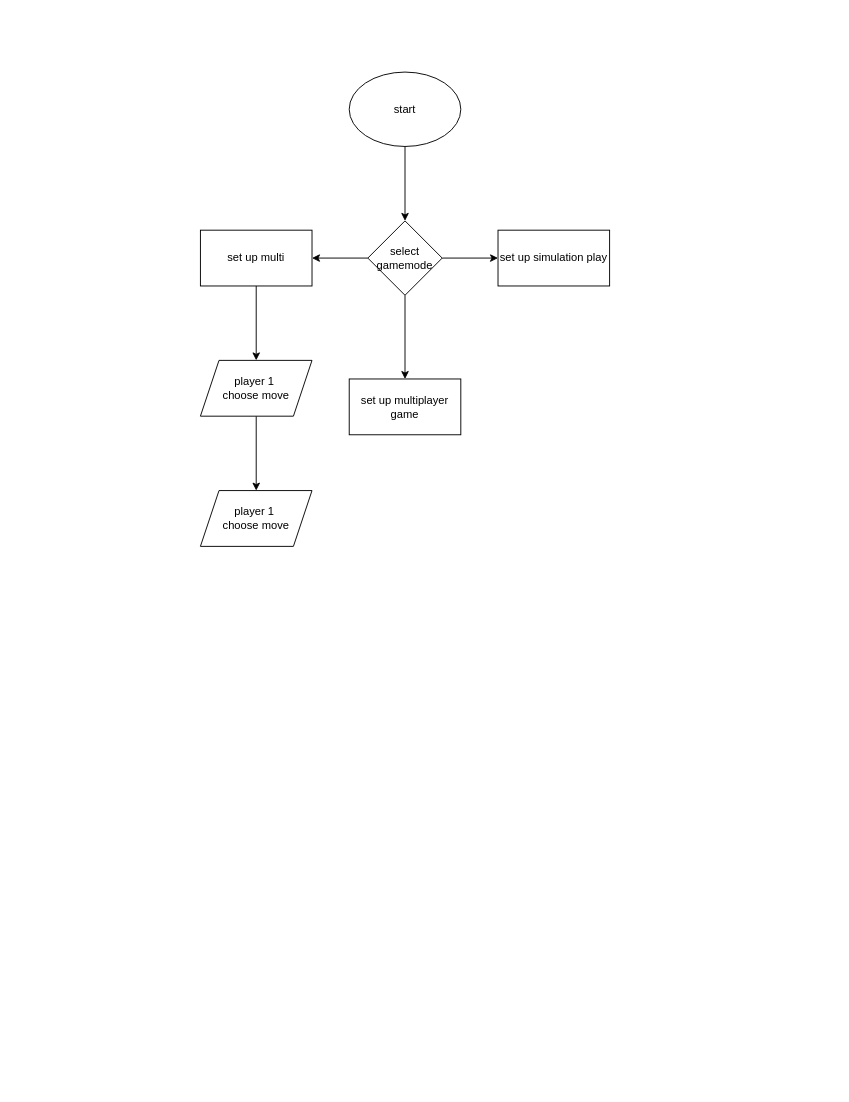
Before: Untitled Diagram.drawio in grape190/flowchart, a draw.io diagram. Source tidied: cells renumbered, new cells numbered last; positions are measured from the earlier drawing's top-left corner, leaving out a move shared by most shapes. Both pictures are drawn from the tidied source at 93%, with x=0, y=0 at pixel (200, 72).
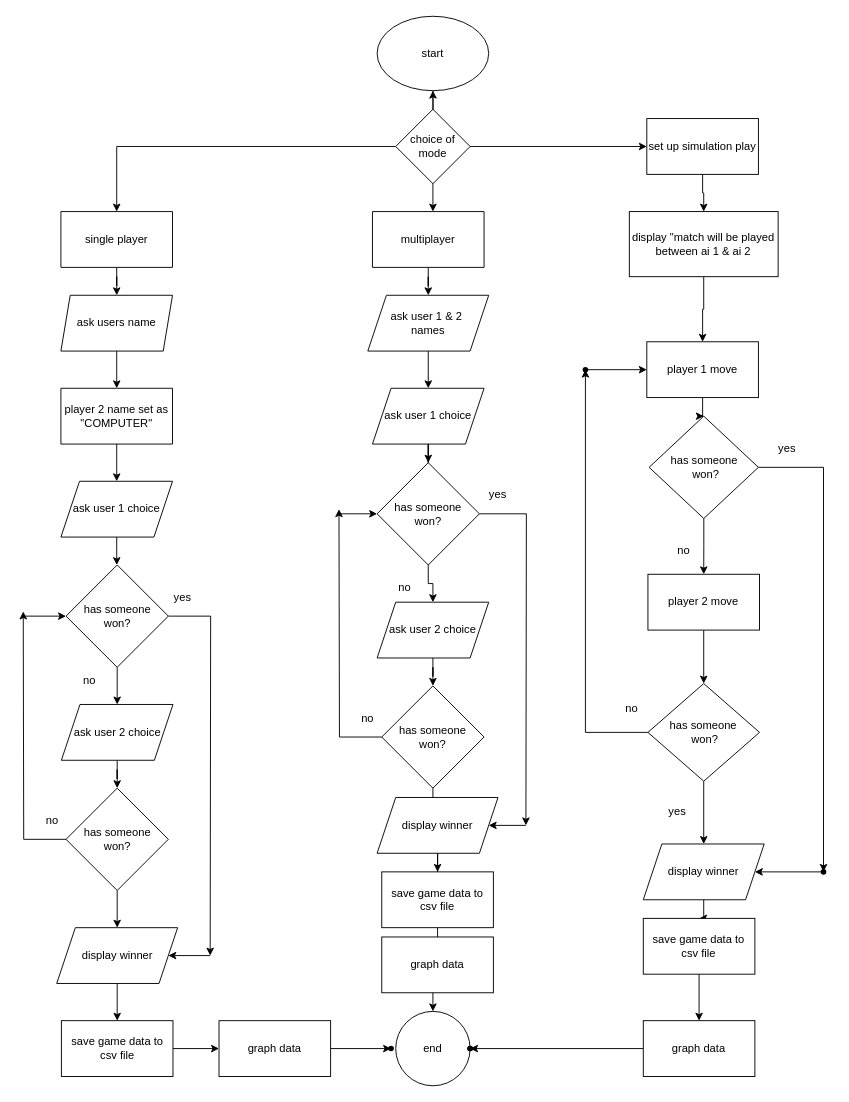
The same diagram, later.

The edit, as a diff of the source:
```diff
@@
-    <mxCell id="2" style="edgeStyle=orthogonalEdgeStyle;rounded=0;jettySize=auto;html=1;" parent="1" edge="1" source="3" target="7">
-      <mxGeometry relative="1" as="geometry" />
-    </mxCell>
+    <mxCell id="15" style="edgeStyle=orthogonalEdgeStyle;rounded=0;jettySize=auto;html=1;" parent="1" edge="1" source="3">
+      <mxGeometry relative="1" as="geometry">
+        <mxPoint x="250" y="150" as="targetPoint" />
+        <Array as="points">
+          <mxPoint x="250" y="120" />
+          <mxPoint x="250" y="120" />
+        </Array>
+      </mxGeometry>
+    </mxCell>
     <mxCell id="3" value="start" style="ellipse;whiteSpace=wrap;html=1;" parent="1" vertex="1">
-      <mxGeometry x="160" width="120" height="80" as="geometry" />
+      <mxGeometry x="190" y="-60" width="120" height="80" as="geometry" />
     </mxCell>
-    <mxCell id="4" style="edgeStyle=orthogonalEdgeStyle;rounded=0;jettySize=auto;html=1;" parent="1" edge="1" source="7" target="9">
-      <mxGeometry relative="1" as="geometry" />
-    </mxCell>
-    <mxCell id="5" style="edgeStyle=orthogonalEdgeStyle;rounded=0;jettySize=auto;html=1;" parent="1" edge="1" source="7" target="10">
-      <mxGeometry relative="1" as="geometry" />
-    </mxCell>
-    <mxCell id="6" style="edgeStyle=orthogonalEdgeStyle;rounded=0;jettySize=auto;html=1;" parent="1" edge="1" source="7" target="11">
-      <mxGeometry relative="1" as="geometry" />
-    </mxCell>
-    <mxCell id="7" value="select gamemode" style="rhombus;whiteSpace=wrap;html=1;" parent="1" vertex="1">
-      <mxGeometry x="180" y="160" width="80" height="80" as="geometry" />
-    </mxCell>
-    <mxCell id="8" style="edgeStyle=orthogonalEdgeStyle;rounded=0;jettySize=auto;html=1;" parent="1" edge="1" source="9" target="13">
-      <mxGeometry relative="1" as="geometry" />
-    </mxCell>
-    <mxCell id="9" value="set up multi" style="whiteSpace=wrap;html=1;" parent="1" vertex="1">
-      <mxGeometry y="170" width="120" height="60" as="geometry" />
-    </mxCell>
-    <mxCell id="10" value="set up multiplayer game" style="whiteSpace=wrap;html=1;" parent="1" vertex="1">
-      <mxGeometry x="160" y="330" width="120" height="60" as="geometry" />
-    </mxCell>
+    <mxCell id="16" style="edgeStyle=orthogonalEdgeStyle;rounded=0;jettySize=auto;html=1;" parent="1" edge="1" target="3">
+      <mxGeometry relative="1" as="geometry">
+        <mxPoint x="250" y="110" as="sourcePoint" />
+      </mxGeometry>
+    </mxCell>
+    <mxCell id="17" style="edgeStyle=orthogonalEdgeStyle;rounded=0;jettySize=auto;html=1;" parent="1" edge="1" source="19" target="11">
+      <mxGeometry relative="1" as="geometry" />
+    </mxCell>
+    <mxCell id="18" style="edgeStyle=orthogonalEdgeStyle;rounded=0;jettySize=auto;html=1;" parent="1" edge="1" source="19" target="23">
+      <mxGeometry relative="1" as="geometry" />
+    </mxCell>
+    <mxCell id="19" value="choice of mode" style="rhombus;whiteSpace=wrap;html=1;" parent="1" vertex="1">
+      <mxGeometry x="210" y="40" width="80" height="80" as="geometry" />
+    </mxCell>
+    <mxCell id="20" style="edgeStyle=orthogonalEdgeStyle;rounded=0;jettySize=auto;html=1;" parent="1" edge="1" source="21" target="28">
+      <mxGeometry relative="1" as="geometry" />
+    </mxCell>
+    <mxCell id="21" value="ask users name" style="shape=parallelogram;perimeter=parallelogramPerimeter;whiteSpace=wrap;html=1;fixedSize=1;size=10;" parent="1" vertex="1">
+      <mxGeometry x="-150" y="240" width="120" height="60" as="geometry" />
+    </mxCell>
+    <mxCell id="22" style="edgeStyle=orthogonalEdgeStyle;rounded=0;jettySize=auto;html=1;" parent="1" edge="1" source="23" target="21">
+      <mxGeometry relative="1" as="geometry" />
+    </mxCell>
+    <mxCell id="23" value="single player" style="shape=parallelogram;perimeter=parallelogramPerimeter;whiteSpace=wrap;html=1;fixedSize=1;size=0;" parent="1" vertex="1">
+      <mxGeometry x="-150" y="150" width="120" height="60" as="geometry" />
+    </mxCell>
+    <mxCell id="24" style="edgeStyle=orthogonalEdgeStyle;rounded=0;jettySize=auto;html=1;" parent="1" edge="1" source="97" target="71">
+      <mxGeometry relative="1" as="geometry" />
+    </mxCell>
     <mxCell id="11" value="set up simulation play" style="whiteSpace=wrap;html=1;" parent="1" vertex="1">
-      <mxGeometry x="320" y="170" width="120" height="60" as="geometry" />
+      <mxGeometry x="480" y="50" width="120" height="60" as="geometry" />
     </mxCell>
-    <mxCell id="12" style="edgeStyle=orthogonalEdgeStyle;rounded=0;jettySize=auto;html=1;" parent="1" edge="1" source="13" target="14">
-      <mxGeometry relative="1" as="geometry" />
-    </mxCell>
-    <mxCell id="13" value="player 1&amp;nbsp;&lt;br&gt;choose move" style="shape=parallelogram;perimeter=parallelogramPerimeter;whiteSpace=wrap;html=1;fixedSize=1;" parent="1" vertex="1">
-      <mxGeometry y="310" width="120" height="60" as="geometry" />
-    </mxCell>
-    <mxCell id="14" value="player 1&amp;nbsp;&lt;br&gt;choose move" style="shape=parallelogram;perimeter=parallelogramPerimeter;whiteSpace=wrap;html=1;fixedSize=1;" parent="1" vertex="1">
-      <mxGeometry y="450" width="120" height="60" as="geometry" />
-    </mxCell>
+    <mxCell id="25" style="edgeStyle=orthogonalEdgeStyle;rounded=0;jettySize=auto;html=1;" parent="1" edge="1" source="26" target="95">
+      <mxGeometry relative="1" as="geometry" />
+    </mxCell>
+    <mxCell id="26" value="multiplayer" style="shape=parallelogram;perimeter=parallelogramPerimeter;whiteSpace=wrap;html=1;fixedSize=1;size=0;" parent="1" vertex="1">
+      <mxGeometry x="185" y="150" width="120" height="60" as="geometry" />
+    </mxCell>
+    <mxCell id="27" style="edgeStyle=orthogonalEdgeStyle;rounded=0;jettySize=auto;html=1;" parent="1" edge="1" source="28" target="51">
+      <mxGeometry relative="1" as="geometry" />
+    </mxCell>
+    <mxCell id="28" value="player 2 name set as &quot;COMPUTER&quot;" style="shape=parallelogram;perimeter=parallelogramPerimeter;whiteSpace=wrap;html=1;fixedSize=1;size=0;" parent="1" vertex="1">
+      <mxGeometry x="-150" y="340" width="120" height="60" as="geometry" />
+    </mxCell>
+    <mxCell id="29" style="edgeStyle=orthogonalEdgeStyle;rounded=0;jettySize=auto;html=1;" parent="1" edge="1" source="44" target="32">
+      <mxGeometry relative="1" as="geometry" />
+    </mxCell>
+    <mxCell id="30" value="ask user 1 choice" style="shape=parallelogram;perimeter=parallelogramPerimeter;whiteSpace=wrap;html=1;fixedSize=1;" parent="1" vertex="1">
+      <mxGeometry x="185" y="340" width="120" height="60" as="geometry" />
+    </mxCell>
+    <mxCell id="31" style="edgeStyle=orthogonalEdgeStyle;rounded=0;jettySize=auto;html=1;" parent="1" edge="1" source="32" target="36">
+      <mxGeometry relative="1" as="geometry" />
+    </mxCell>
+    <mxCell id="32" value="ask user 2 choice" style="shape=parallelogram;perimeter=parallelogramPerimeter;whiteSpace=wrap;html=1;fixedSize=1;" parent="1" vertex="1">
+      <mxGeometry x="190" y="570" width="120" height="60" as="geometry" />
+    </mxCell>
+    <mxCell id="33" style="edgeStyle=orthogonalEdgeStyle;rounded=0;jettySize=auto;html=1;" parent="1" edge="1" source="44">
+      <mxGeometry relative="1" as="geometry">
+        <mxPoint x="350" y="810" as="targetPoint" />
+      </mxGeometry>
+    </mxCell>
+    <mxCell id="34" style="edgeStyle=orthogonalEdgeStyle;rounded=0;jettySize=auto;html=1;" parent="1" edge="1" source="36">
+      <mxGeometry relative="1" as="geometry">
+        <mxPoint x="149" y="470" as="targetPoint" />
+      </mxGeometry>
+    </mxCell>
+    <mxCell id="35" style="edgeStyle=orthogonalEdgeStyle;rounded=0;jettySize=auto;html=1;" parent="1" edge="1" source="36" target="38">
+      <mxGeometry relative="1" as="geometry" />
+    </mxCell>
+    <mxCell id="36" value="has someone&lt;br&gt;won?" style="rhombus;whiteSpace=wrap;html=1;" parent="1" vertex="1">
+      <mxGeometry x="195" y="660" width="110" height="110" as="geometry" />
+    </mxCell>
+    <mxCell id="37" style="edgeStyle=orthogonalEdgeStyle;rounded=0;jettySize=auto;html=1;" parent="1" edge="1" source="38" target="41">
+      <mxGeometry relative="1" as="geometry" />
+    </mxCell>
+    <mxCell id="38" value="display winner" style="shape=parallelogram;perimeter=parallelogramPerimeter;whiteSpace=wrap;html=1;fixedSize=1;" parent="1" vertex="1">
+      <mxGeometry x="190" y="780" width="130" height="60" as="geometry" />
+    </mxCell>
+    <mxCell id="39" style="edgeStyle=orthogonalEdgeStyle;rounded=0;orthogonalLoop=1;jettySize=auto;html=1;exitX=0.5;exitY=1;exitDx=0;exitDy=0;" parent="1" edge="1" source="32" target="32">
+      <mxGeometry relative="1" as="geometry" />
+    </mxCell>
+    <mxCell id="40" style="edgeStyle=orthogonalEdgeStyle;rounded=0;jettySize=auto;html=1;" parent="1" edge="1" source="41" target="42">
+      <mxGeometry relative="1" as="geometry" />
+    </mxCell>
+    <mxCell id="41" value="save game data to csv file" style="whiteSpace=wrap;html=1;" parent="1" vertex="1">
+      <mxGeometry x="195" y="860" width="120" height="60" as="geometry" />
+    </mxCell>
+    <mxCell id="42" value="end" style="ellipse;whiteSpace=wrap;html=1;" parent="1" vertex="1">
+      <mxGeometry x="210" y="1010" width="80" height="80" as="geometry" />
+    </mxCell>
+    <mxCell id="43" style="edgeStyle=orthogonalEdgeStyle;rounded=0;jettySize=auto;html=1;" parent="1" edge="1" source="30" target="44">
+      <mxGeometry relative="1" as="geometry" />
+    </mxCell>
+    <mxCell id="44" value="has someone&lt;br&gt;won?" style="rhombus;whiteSpace=wrap;html=1;" parent="1" vertex="1">
+      <mxGeometry x="190" y="420" width="110" height="110" as="geometry" />
+    </mxCell>
+    <mxCell id="45" style="endArrow=classic;html=1;rounded=0;entryX=1;entryY=0.5;entryDx=0;entryDy=0;" parent="1" edge="1" target="38">
+      <mxGeometry relative="1" as="geometry">
+        <mxPoint x="350" y="810" as="sourcePoint" />
+      </mxGeometry>
+    </mxCell>
+    <mxCell id="46" style="endArrow=classic;html=1;rounded=0;entryX=0;entryY=0.5;entryDx=0;entryDy=0;" parent="1" edge="1" target="44">
+      <mxGeometry relative="1" as="geometry">
+        <mxPoint x="150" y="475" as="sourcePoint" />
+      </mxGeometry>
+    </mxCell>
+    <mxCell id="47" value="no" style="text;html=1;strokeColor=none;fillColor=none;align=center;verticalAlign=middle;whiteSpace=wrap;rounded=0;" parent="1" vertex="1">
+      <mxGeometry x="150" y="680" width="60" height="30" as="geometry" />
+    </mxCell>
+    <mxCell id="48" value="yes" style="text;html=1;strokeColor=none;fillColor=none;align=center;verticalAlign=middle;whiteSpace=wrap;rounded=0;" parent="1" vertex="1">
+      <mxGeometry x="290" y="440" width="60" height="30" as="geometry" />
+    </mxCell>
+    <mxCell id="49" value="no" style="text;html=1;strokeColor=none;fillColor=none;align=center;verticalAlign=middle;whiteSpace=wrap;rounded=0;" parent="1" vertex="1">
+      <mxGeometry x="190" y="540" width="60" height="30" as="geometry" />
+    </mxCell>
+    <mxCell id="50" style="edgeStyle=orthogonalEdgeStyle;rounded=0;jettySize=auto;html=1;" parent="1" edge="1" source="51">
+      <mxGeometry relative="1" as="geometry">
+        <mxPoint x="-89.9" y="530.1" as="targetPoint" />
+      </mxGeometry>
+    </mxCell>
+    <mxCell id="51" value="ask user 1 choice" style="shape=parallelogram;perimeter=parallelogramPerimeter;whiteSpace=wrap;html=1;fixedSize=1;" parent="1" vertex="1">
+      <mxGeometry x="-150" y="440" width="120" height="60" as="geometry" />
+    </mxCell>
+    <mxCell id="52" style="edgeStyle=orthogonalEdgeStyle;rounded=0;jettySize=auto;html=1;" parent="1" edge="1" source="64" target="54">
+      <mxGeometry relative="1" as="geometry" />
+    </mxCell>
+    <mxCell id="53" style="edgeStyle=orthogonalEdgeStyle;rounded=0;jettySize=auto;html=1;" parent="1" edge="1" source="54" target="58">
+      <mxGeometry relative="1" as="geometry" />
+    </mxCell>
+    <mxCell id="54" value="ask user 2 choice" style="shape=parallelogram;perimeter=parallelogramPerimeter;whiteSpace=wrap;html=1;fixedSize=1;" parent="1" vertex="1">
+      <mxGeometry x="-149.5" y="680" width="120" height="60" as="geometry" />
+    </mxCell>
+    <mxCell id="55" style="edgeStyle=orthogonalEdgeStyle;rounded=0;jettySize=auto;html=1;" parent="1" edge="1" source="64">
+      <mxGeometry relative="1" as="geometry">
+        <mxPoint x="10.5" y="950" as="targetPoint" />
+      </mxGeometry>
+    </mxCell>
+    <mxCell id="56" style="edgeStyle=orthogonalEdgeStyle;rounded=0;jettySize=auto;html=1;" parent="1" edge="1" source="58">
+      <mxGeometry relative="1" as="geometry">
+        <mxPoint x="-190.5" y="580" as="targetPoint" />
+      </mxGeometry>
+    </mxCell>
+    <mxCell id="57" style="edgeStyle=orthogonalEdgeStyle;rounded=0;jettySize=auto;html=1;" parent="1" edge="1" source="58" target="60">
+      <mxGeometry relative="1" as="geometry" />
+    </mxCell>
+    <mxCell id="58" value="has someone&lt;br&gt;won?" style="rhombus;whiteSpace=wrap;html=1;" parent="1" vertex="1">
+      <mxGeometry x="-144.5" y="770" width="110" height="110" as="geometry" />
+    </mxCell>
+    <mxCell id="59" style="edgeStyle=orthogonalEdgeStyle;rounded=0;jettySize=auto;html=1;" parent="1" edge="1" source="60" target="63">
+      <mxGeometry relative="1" as="geometry" />
+    </mxCell>
+    <mxCell id="60" value="display winner" style="shape=parallelogram;perimeter=parallelogramPerimeter;whiteSpace=wrap;html=1;fixedSize=1;" parent="1" vertex="1">
+      <mxGeometry x="-154.5" y="920" width="130" height="60" as="geometry" />
+    </mxCell>
+    <mxCell id="61" style="edgeStyle=orthogonalEdgeStyle;rounded=0;orthogonalLoop=1;jettySize=auto;html=1;exitX=0.5;exitY=1;exitDx=0;exitDy=0;" parent="1" edge="1" source="54" target="54">
+      <mxGeometry relative="1" as="geometry" />
+    </mxCell>
+    <mxCell id="62" style="edgeStyle=orthogonalEdgeStyle;rounded=0;jettySize=auto;html=1;" parent="1" edge="1" source="102" target="82">
+      <mxGeometry relative="1" as="geometry" />
+    </mxCell>
+    <mxCell id="63" value="save game data to csv file" style="whiteSpace=wrap;html=1;" parent="1" vertex="1">
+      <mxGeometry x="-149.5" y="1020" width="120" height="60" as="geometry" />
+    </mxCell>
+    <mxCell id="64" value="has someone&lt;br&gt;won?" style="rhombus;whiteSpace=wrap;html=1;" parent="1" vertex="1">
+      <mxGeometry x="-144.5" y="530" width="110" height="110" as="geometry" />
+    </mxCell>
+    <mxCell id="65" style="endArrow=classic;html=1;rounded=0;entryX=1;entryY=0.5;entryDx=0;entryDy=0;" parent="1" edge="1" target="60">
+      <mxGeometry relative="1" as="geometry">
+        <mxPoint x="10.5" y="950" as="sourcePoint" />
+      </mxGeometry>
+    </mxCell>
+    <mxCell id="66" style="endArrow=classic;html=1;rounded=0;entryX=0;entryY=0.5;entryDx=0;entryDy=0;" parent="1" edge="1" target="64">
+      <mxGeometry relative="1" as="geometry">
+        <mxPoint x="-189.5" y="585" as="sourcePoint" />
+      </mxGeometry>
+    </mxCell>
+    <mxCell id="67" value="no" style="text;html=1;strokeColor=none;fillColor=none;align=center;verticalAlign=middle;whiteSpace=wrap;rounded=0;" parent="1" vertex="1">
+      <mxGeometry x="-189.5" y="790" width="60" height="30" as="geometry" />
+    </mxCell>
+    <mxCell id="68" value="yes" style="text;html=1;strokeColor=none;fillColor=none;align=center;verticalAlign=middle;whiteSpace=wrap;rounded=0;" parent="1" vertex="1">
+      <mxGeometry x="-49.5" y="550" width="60" height="30" as="geometry" />
+    </mxCell>
+    <mxCell id="69" value="no" style="text;html=1;strokeColor=none;fillColor=none;align=center;verticalAlign=middle;whiteSpace=wrap;rounded=0;" parent="1" vertex="1">
+      <mxGeometry x="-149.5" y="640" width="60" height="30" as="geometry" />
+    </mxCell>
+    <mxCell id="70" style="edgeStyle=orthogonalEdgeStyle;rounded=0;jettySize=auto;html=1;" parent="1" edge="1" source="71" target="74">
+      <mxGeometry relative="1" as="geometry" />
+    </mxCell>
+    <mxCell id="71" value="player 1 move" style="whiteSpace=wrap;html=1;" parent="1" vertex="1">
+      <mxGeometry x="480" y="290" width="120" height="60" as="geometry" />
+    </mxCell>
+    <mxCell id="72" style="edgeStyle=orthogonalEdgeStyle;rounded=0;jettySize=auto;html=1;" parent="1" edge="1" source="74" target="76">
+      <mxGeometry relative="1" as="geometry" />
+    </mxCell>
+    <mxCell id="73" style="edgeStyle=orthogonalEdgeStyle;rounded=0;jettySize=auto;html=1;" parent="1" edge="1" source="74" target="87">
+      <mxGeometry relative="1" as="geometry" />
+    </mxCell>
+    <mxCell id="74" value="has someone&lt;br&gt;&amp;nbsp;won?" style="rhombus;whiteSpace=wrap;html=1;" parent="1" vertex="1">
+      <mxGeometry x="482.5" y="370" width="117.5" height="110" as="geometry" />
+    </mxCell>
+    <mxCell id="75" style="edgeStyle=orthogonalEdgeStyle;rounded=0;jettySize=auto;html=1;" parent="1" edge="1" source="76" target="79">
+      <mxGeometry relative="1" as="geometry" />
+    </mxCell>
+    <mxCell id="76" value="player 2 move" style="whiteSpace=wrap;html=1;" parent="1" vertex="1">
+      <mxGeometry x="481.2" y="540" width="120" height="60" as="geometry" />
+    </mxCell>
+    <mxCell id="77" style="edgeStyle=orthogonalEdgeStyle;rounded=0;jettySize=auto;html=1;" parent="1" edge="1" source="79" target="81">
+      <mxGeometry relative="1" as="geometry" />
+    </mxCell>
+    <mxCell id="78" style="edgeStyle=orthogonalEdgeStyle;rounded=0;jettySize=auto;html=1;" parent="1" edge="1" source="79" target="89">
+      <mxGeometry relative="1" as="geometry" />
+    </mxCell>
+    <mxCell id="79" value="has someone&lt;br&gt;&amp;nbsp;won?" style="rhombus;whiteSpace=wrap;html=1;" parent="1" vertex="1">
+      <mxGeometry x="481.2" y="657.5" width="120" height="105" as="geometry" />
+    </mxCell>
+    <mxCell id="80" style="edgeStyle=orthogonalEdgeStyle;rounded=0;jettySize=auto;html=1;" parent="1" edge="1" source="81" target="84">
+      <mxGeometry relative="1" as="geometry" />
+    </mxCell>
+    <mxCell id="81" value="display winner" style="shape=parallelogram;perimeter=parallelogramPerimeter;whiteSpace=wrap;html=1;fixedSize=1;" parent="1" vertex="1">
+      <mxGeometry x="476.2" y="830" width="130" height="60" as="geometry" />
+    </mxCell>
+    <mxCell id="82" style="shape=waypoint;sketch=0;size=6;points=[];fillColor=default;perimeter=centerPerimeter;snapToPoint=1;" parent="1" vertex="1">
+      <mxGeometry x="195" y="1040" width="20" height="20" as="geometry" />
+    </mxCell>
+    <mxCell id="83" style="edgeStyle=orthogonalEdgeStyle;rounded=0;jettySize=auto;html=1;" parent="1" edge="1" source="84" target="99">
+      <mxGeometry relative="1" as="geometry" />
+    </mxCell>
+    <mxCell id="84" value="save game data to csv file" style="whiteSpace=wrap;html=1;" parent="1" vertex="1">
+      <mxGeometry x="476.2" y="910" width="120" height="60" as="geometry" />
+    </mxCell>
+    <mxCell id="85" style="shape=waypoint;sketch=0;size=6;fillColor=default;perimeter=centerPerimeter;" parent="1" vertex="1">
+      <mxGeometry x="280" y="1040" width="20" height="20" as="geometry" />
+    </mxCell>
+    <mxCell id="86" style="edgeStyle=orthogonalEdgeStyle;rounded=0;jettySize=auto;html=1;" parent="1" edge="1" source="87" target="81">
+      <mxGeometry relative="1" as="geometry" />
+    </mxCell>
+    <mxCell id="87" style="shape=waypoint;sketch=0;size=6;points=[];fillColor=default;perimeter=centerPerimeter;snapToPoint=1;" parent="1" vertex="1">
+      <mxGeometry x="660" y="850" width="20" height="20" as="geometry" />
+    </mxCell>
+    <mxCell id="88" style="edgeStyle=orthogonalEdgeStyle;rounded=0;jettySize=auto;html=1;" parent="1" edge="1" source="89" target="71">
+      <mxGeometry relative="1" as="geometry" />
+    </mxCell>
+    <mxCell id="89" style="shape=waypoint;sketch=0;size=6;points=[];fillColor=default;perimeter=centerPerimeter;snapToPoint=1;" parent="1" vertex="1">
+      <mxGeometry x="404" y="310" width="20" height="20" as="geometry" />
+    </mxCell>
+    <mxCell id="90" value="yes" style="text;html=1;strokeColor=none;fillColor=none;align=center;verticalAlign=middle;whiteSpace=wrap;rounded=0;" parent="1" vertex="1">
+      <mxGeometry x="601.2" y="390" width="60" height="30" as="geometry" />
+    </mxCell>
+    <mxCell id="91" value="no" style="text;html=1;strokeColor=none;fillColor=none;align=center;verticalAlign=middle;whiteSpace=wrap;rounded=0;" parent="1" vertex="1">
+      <mxGeometry x="490" y="500" width="60" height="30" as="geometry" />
+    </mxCell>
+    <mxCell id="92" value="no" style="text;html=1;strokeColor=none;fillColor=none;align=center;verticalAlign=middle;whiteSpace=wrap;rounded=0;" parent="1" vertex="1">
+      <mxGeometry x="434" y="670" width="60" height="30" as="geometry" />
+    </mxCell>
+    <mxCell id="93" value="yes" style="text;html=1;strokeColor=none;fillColor=none;align=center;verticalAlign=middle;whiteSpace=wrap;rounded=0;" parent="1" vertex="1">
+      <mxGeometry x="482.5" y="780" width="60" height="30" as="geometry" />
+    </mxCell>
+    <mxCell id="94" style="edgeStyle=orthogonalEdgeStyle;rounded=0;jettySize=auto;html=1;" parent="1" edge="1" source="95" target="30">
+      <mxGeometry relative="1" as="geometry" />
+    </mxCell>
+    <mxCell id="95" value="ask user 1 &amp;amp; 2&amp;nbsp;&lt;br&gt;names" style="shape=parallelogram;perimeter=parallelogramPerimeter;whiteSpace=wrap;html=1;fixedSize=1;" parent="1" vertex="1">
+      <mxGeometry x="180" y="240" width="130" height="60" as="geometry" />
+    </mxCell>
+    <mxCell id="96" style="edgeStyle=orthogonalEdgeStyle;rounded=0;jettySize=auto;html=1;" parent="1" edge="1" source="11" target="97">
+      <mxGeometry relative="1" as="geometry" />
+    </mxCell>
+    <mxCell id="97" value="display &quot;match will be played between ai 1 &amp;amp; ai 2" style="rounded=0;whiteSpace=wrap;html=1;" parent="1" vertex="1">
+      <mxGeometry x="461.2" y="150" width="160" height="70" as="geometry" />
+    </mxCell>
+    <mxCell id="98" style="edgeStyle=orthogonalEdgeStyle;rounded=0;jettySize=auto;html=1;" parent="1" edge="1" source="99" target="100">
+      <mxGeometry relative="1" as="geometry" />
+    </mxCell>
+    <mxCell id="99" value="graph data" style="whiteSpace=wrap;html=1;" parent="1" vertex="1">
+      <mxGeometry x="476.2" y="1020" width="120" height="60" as="geometry" />
+    </mxCell>
+    <mxCell id="100" style="shape=waypoint;sketch=0;size=6;points=[];fillColor=default;perimeter=centerPerimeter;snapToPoint=1;" parent="1" vertex="1">
+      <mxGeometry x="280" y="1040" width="20" height="20" as="geometry" />
+    </mxCell>
+    <mxCell id="101" style="edgeStyle=orthogonalEdgeStyle;rounded=0;jettySize=auto;html=1;" parent="1" edge="1" source="63" target="102">
+      <mxGeometry relative="1" as="geometry" />
+    </mxCell>
+    <mxCell id="102" value="graph data" style="whiteSpace=wrap;html=1;" parent="1" vertex="1">
+      <mxGeometry x="20" y="1020" width="120" height="60" as="geometry" />
+    </mxCell>
+    <mxCell id="103" value="graph data" style="whiteSpace=wrap;html=1;" parent="1" vertex="1">
+      <mxGeometry x="195" y="930" width="120" height="60" as="geometry" />
+    </mxCell>
```
